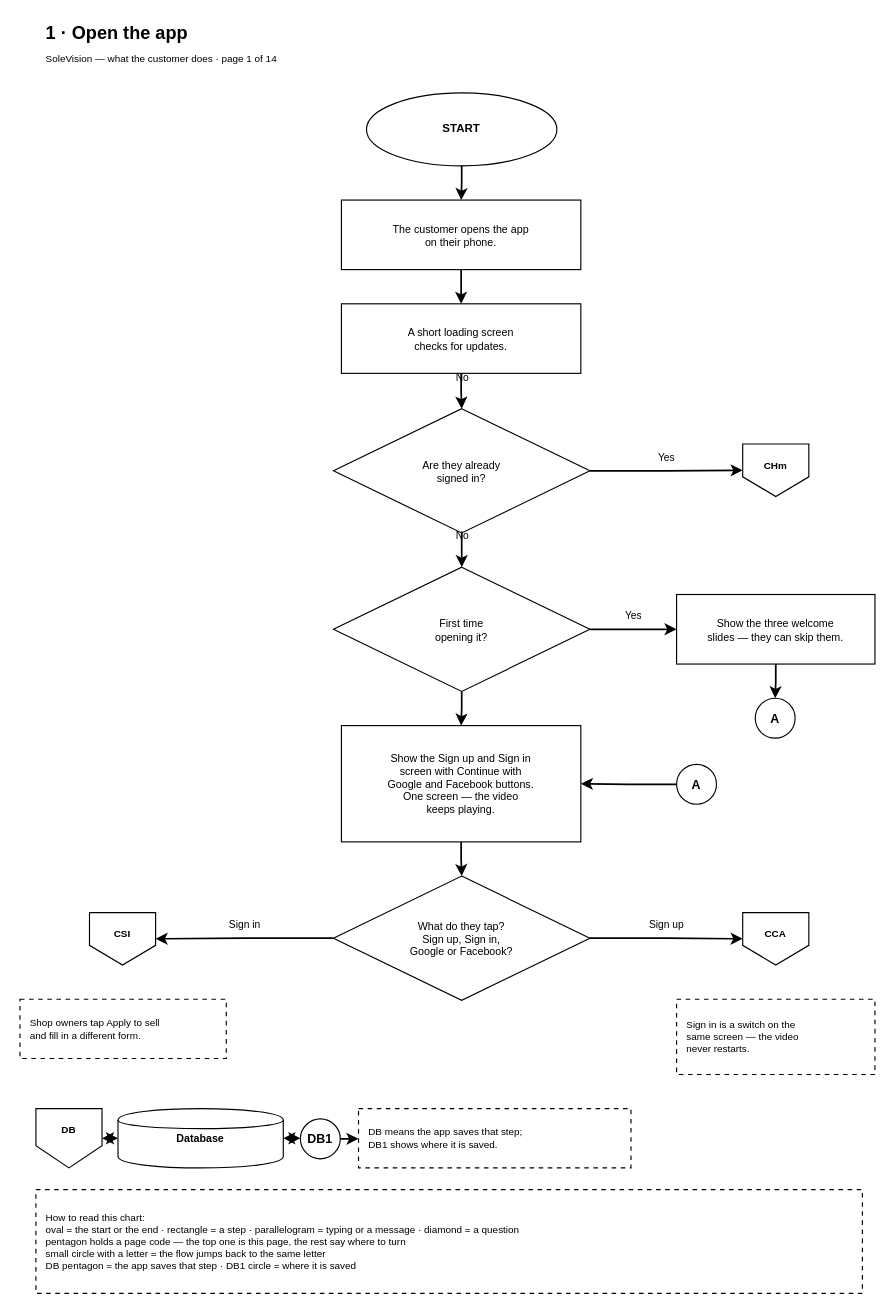
Above: page "1 Open the app" (1 of 14) of docs/diagrams/customer-journey-flowchart.drawio in kibs06/CUF (draw.io), before the change. Source tidied: cells renumbered, new cells numbered last; positions are measured from the earlier drawing's top-left corner, leaving out a move shared by most shapes. Both pictures are drawn from the tidied source at 114%, with x=0, y=0 at pixel (19, 19).
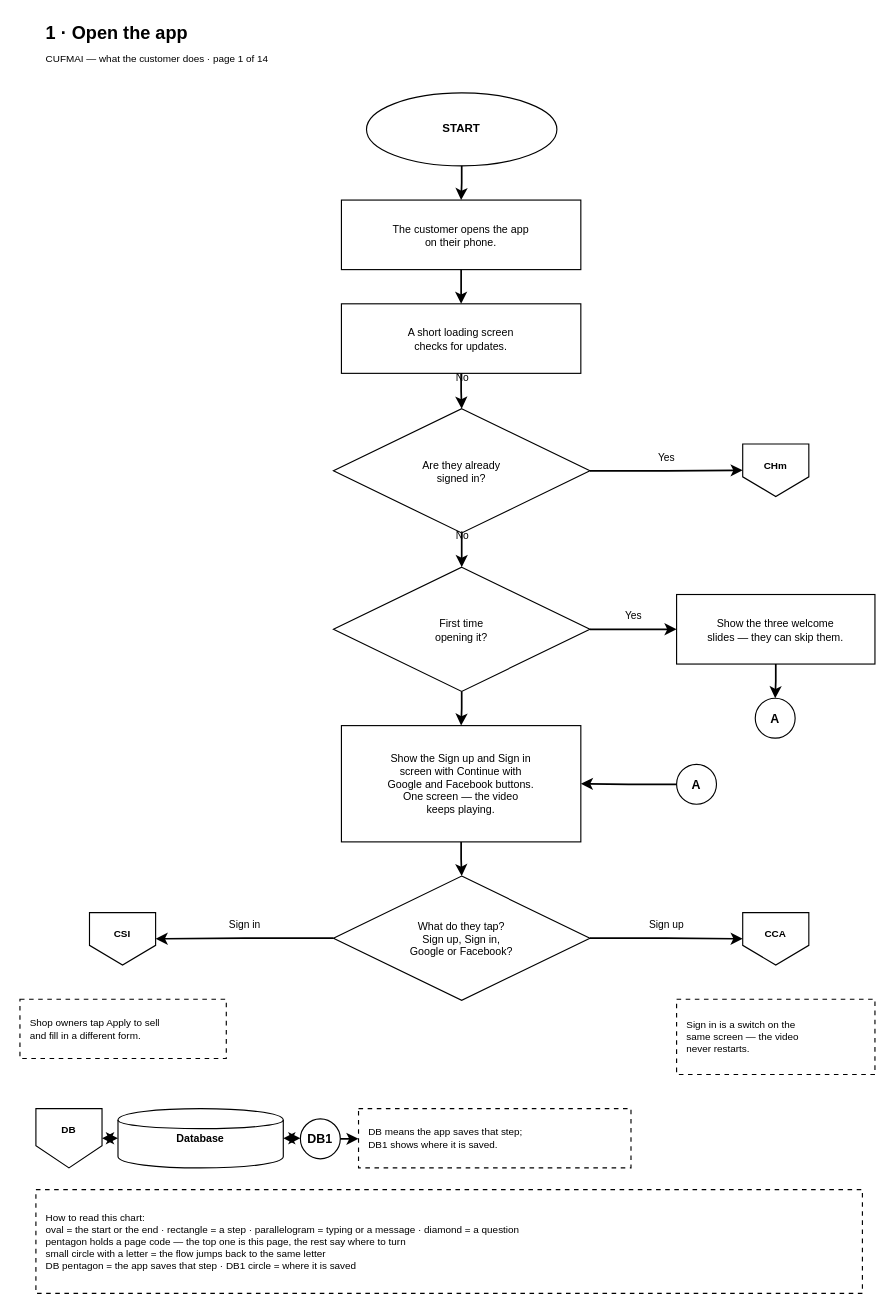
Above is the later version.

Diff of the diagram source:
```diff
@@
-    <mxCell id="23" value="SoleVision — what the customer does · page 1 of 14" style="text;html=1;fontSize=8.7;align=left;verticalAlign=middle;fontColor=light-dark(#000000,#FFFFFF);" parent="1" vertex="1">
+    <mxCell id="23" value="CUFMAI — what the customer does · page 1 of 14" style="text;html=1;fontSize=8.7;align=left;verticalAlign=middle;fontColor=light-dark(#000000,#FFFFFF);" parent="1" vertex="1">
       <mxGeometry x="21" y="25" width="507" height="17" as="geometry" />
     </mxCell>
```
